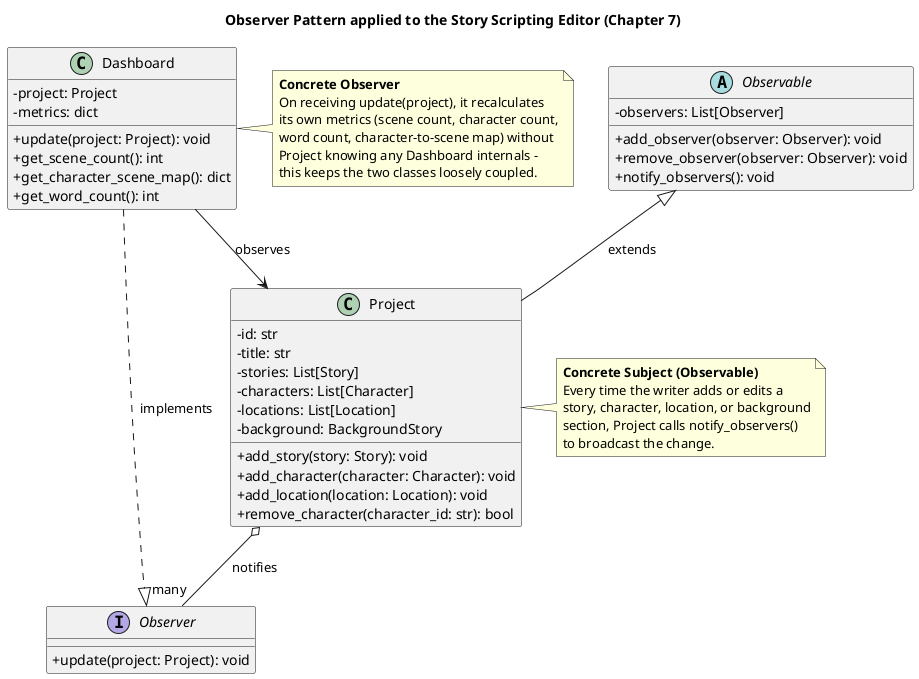
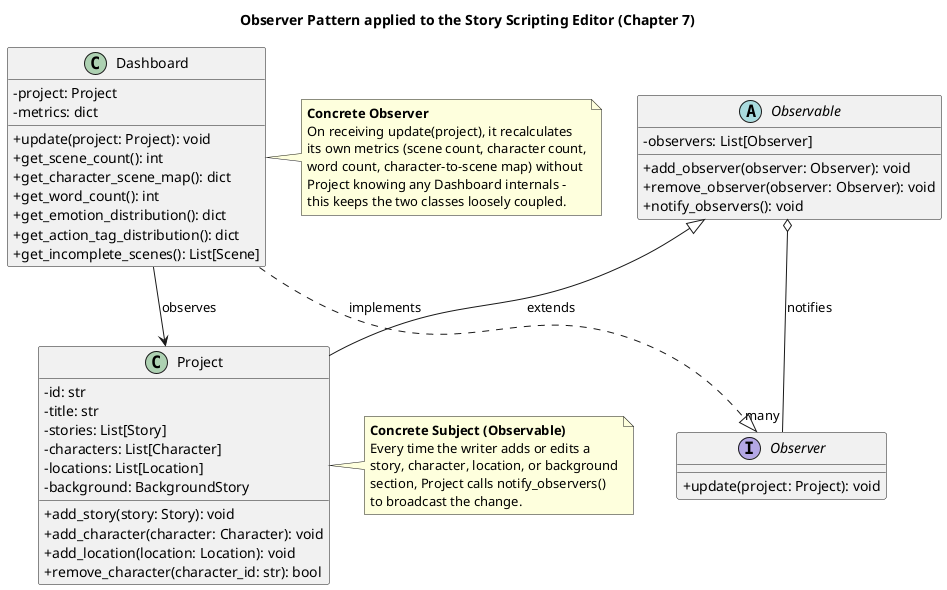
@startuml ObserverPattern
skinparam classAttributeIconSize 0
title Observer Pattern applied to the Story Scripting Editor (Chapter 7)

interface Observer {
  + update(project: Project): void
}

abstract class Observable {
  - observers: List[Observer]
  + add_observer(observer: Observer): void
  + remove_observer(observer: Observer): void
  + notify_observers(): void
}

class Project {
  - id: str
  - title: str
  - stories: List[Story]
  - characters: List[Character]
  - locations: List[Location]
  - background: BackgroundStory
  + add_story(story: Story): void
  + add_character(character: Character): void
  + add_location(location: Location): void
  + remove_character(character_id: str): bool
}

class Dashboard {
  - project: Project
  - metrics: dict
  + update(project: Project): void
  + get_scene_count(): int
  + get_character_scene_map(): dict
  + get_word_count(): int
+   + get_emotion_distribution(): dict
+   + get_action_tag_distribution(): dict
+   + get_incomplete_scenes(): List[Scene]
}

Observable <|-- Project : extends
- Project o-- "many" Observer : notifies
+ Observable o-- "many" Observer : notifies
Dashboard ..|> Observer : implements
Dashboard --> Project : observes

note right of Project
  **Concrete Subject (Observable)**
  Every time the writer adds or edits a
  story, character, location, or background
  section, Project calls notify_observers()
  to broadcast the change.
end note

note right of Dashboard
  **Concrete Observer**
  On receiving update(project), it recalculates
  its own metrics (scene count, character count,
  word count, character-to-scene map) without
  Project knowing any Dashboard internals -
  this keeps the two classes loosely coupled.
end note

@enduml
